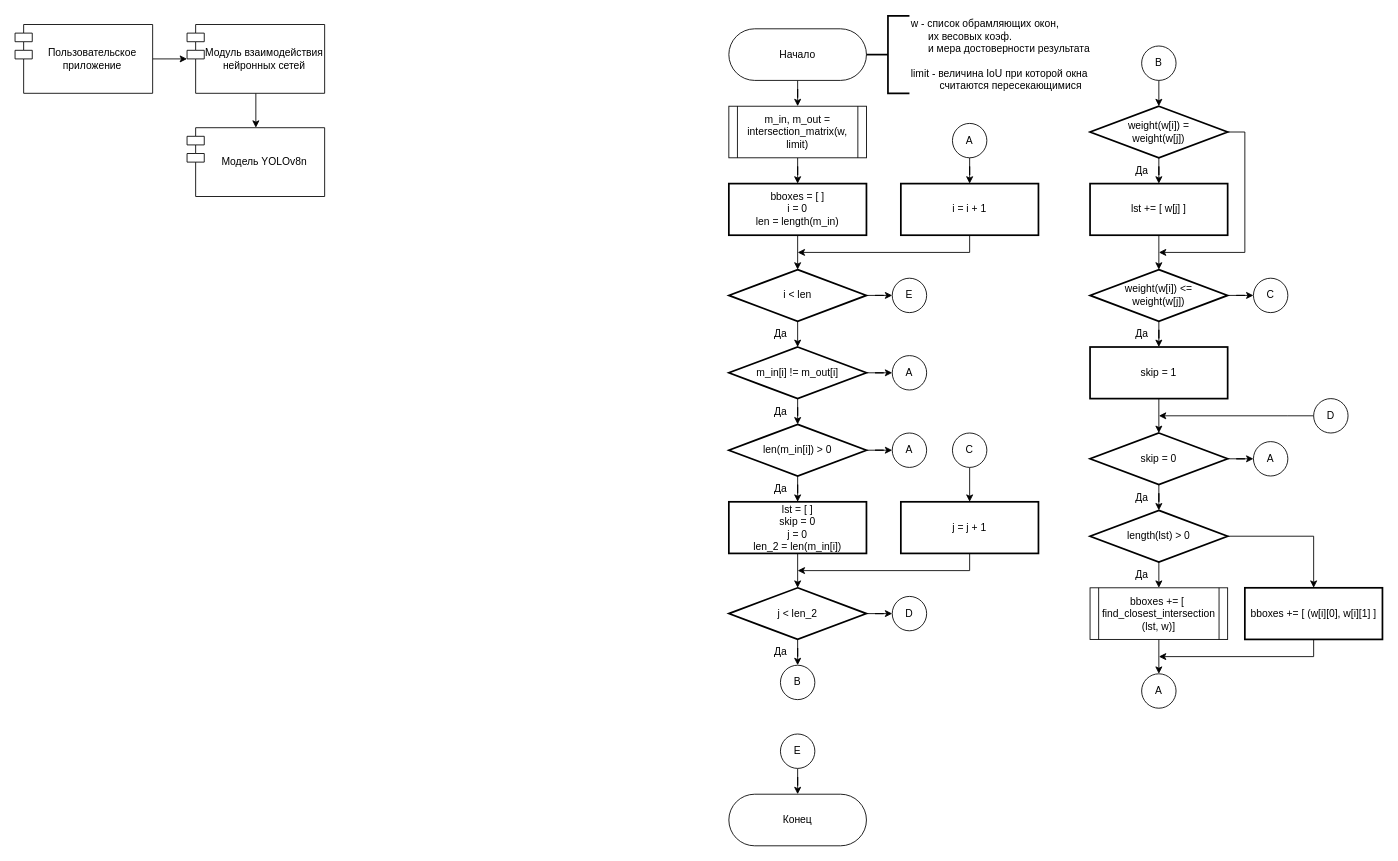
Earlier version of the draw.io diagram page "software" (16 of 20) of docs/drawio/research-schemas.drawio (migregal/bmstu-iu7-thesis). Source tidied: cells renumbered, new cells numbered last; positions are measured from the earlier drawing's top-left corner, leaving out a move shared by most shapes. Both pictures are drawn from the tidied source at 86%, with x=0, y=0 at pixel (15, 15).
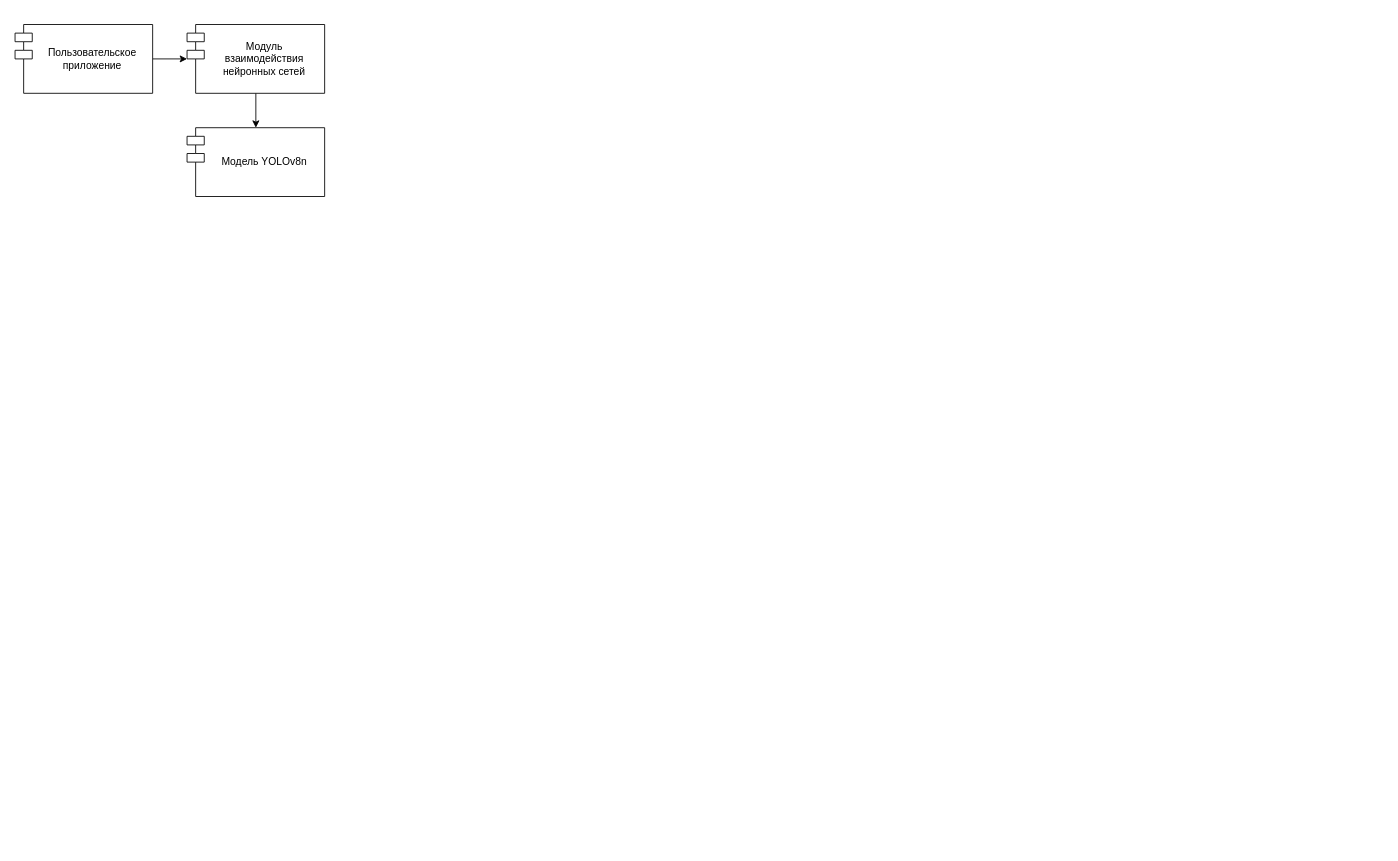
Above is the later version.

Change to the diagram source:
```diff
@@
-    <mxCell id="5" value="Модуль взаимодействия нейронных сетей" style="shape=module;align=center;spacingLeft=20;align=center;verticalAlign=middle;whiteSpace=wrap;html=1;labelPosition=center;verticalLabelPosition=middle;fontSize=12;" parent="1" vertex="1">
+    <mxCell id="5" value="Модуль&lt;br&gt;взаимодействия нейронных сетей" style="shape=module;align=center;spacingLeft=20;align=center;verticalAlign=middle;whiteSpace=wrap;html=1;labelPosition=center;verticalLabelPosition=middle;fontSize=12;" parent="1" vertex="1">
       <mxGeometry x="200" y="10" width="160" height="80" as="geometry" />
     </mxCell>
@@
-    <mxCell id="7" style="edgeStyle=orthogonalEdgeStyle;rounded=0;jettySize=auto;html=1;entryX=0.5;entryY=0;entryDx=0;entryDy=0;" parent="1" edge="1" source="8" target="10">
-      <mxGeometry relative="1" as="geometry" />
-    </mxCell>
-    <mxCell id="8" value="Начало" style="rounded=1;whiteSpace=wrap;html=1;arcSize=50;" parent="1" vertex="1">
-      <mxGeometry x="830" y="15" width="160" height="60" as="geometry" />
-    </mxCell>
-    <mxCell id="9" style="edgeStyle=orthogonalEdgeStyle;rounded=0;jettySize=auto;html=1;entryX=0.5;entryY=0;entryDx=0;entryDy=0;" parent="1" edge="1" source="10" target="12">
-      <mxGeometry relative="1" as="geometry" />
-    </mxCell>
-    <mxCell id="10" value="m_in, m_out = intersection_matrix(w, limit)" style="shape=process;whiteSpace=wrap;html=1;backgroundOutline=1;size=0.0625;" parent="1" vertex="1">
-      <mxGeometry x="830" y="105" width="160" height="60" as="geometry" />
-    </mxCell>
-    <mxCell id="11" style="edgeStyle=orthogonalEdgeStyle;rounded=0;jettySize=auto;html=1;entryX=0.5;entryY=0;entryDx=0;entryDy=0;entryPerimeter=0;" parent="1" edge="1" source="12" target="24">
-      <mxGeometry relative="1" as="geometry" />
-    </mxCell>
-    <mxCell id="12" value="bboxes = [ ]&lt;br&gt;i = 0&lt;br&gt;len = length(m_in)" style="rounded=0;whiteSpace=wrap;html=1;strokeColor=default;strokeWidth=2;fontFamily=Helvetica;fontSize=12;fontColor=default;fillColor=default;" parent="1" vertex="1">
-      <mxGeometry x="830" y="195" width="160" height="60" as="geometry" />
-    </mxCell>
-    <mxCell id="13" style="edgeStyle=orthogonalEdgeStyle;rounded=0;jettySize=auto;html=1;entryX=0.5;entryY=0;entryDx=0;entryDy=0;entryPerimeter=0;exitX=0.5;exitY=1;exitDx=0;exitDy=0;exitPerimeter=0;" parent="1" edge="1" source="24" target="16">
-      <mxGeometry relative="1" as="geometry" />
-    </mxCell>
-    <mxCell id="14" style="edgeStyle=orthogonalEdgeStyle;rounded=0;jettySize=auto;html=1;entryX=0.5;entryY=0;entryDx=0;entryDy=0;entryPerimeter=0;" parent="1" edge="1" source="16" target="19">
-      <mxGeometry relative="1" as="geometry" />
-    </mxCell>
-    <mxCell id="15" style="edgeStyle=orthogonalEdgeStyle;rounded=0;jettySize=auto;html=1;entryX=0;entryY=0.5;entryDx=0;entryDy=0;" parent="1" edge="1" source="16" target="28">
-      <mxGeometry relative="1" as="geometry" />
-    </mxCell>
-    <mxCell id="16" value="m_in[i] != m_out[i]" style="strokeWidth=2;html=1;shape=mxgraph.flowchart.decision;whiteSpace=wrap;strokeColor=default;fontFamily=Helvetica;fontSize=12;fontColor=default;fillColor=default;" parent="1" vertex="1">
-      <mxGeometry x="830" y="385" width="160" height="60" as="geometry" />
-    </mxCell>
-    <mxCell id="17" style="edgeStyle=orthogonalEdgeStyle;rounded=0;jettySize=auto;html=1;entryX=0.5;entryY=0;entryDx=0;entryDy=0;" parent="1" edge="1" source="19" target="22">
-      <mxGeometry relative="1" as="geometry" />
-    </mxCell>
-    <mxCell id="18" style="edgeStyle=orthogonalEdgeStyle;rounded=0;jettySize=auto;html=1;entryX=0;entryY=0.5;entryDx=0;entryDy=0;" parent="1" edge="1" source="19" target="29">
-      <mxGeometry relative="1" as="geometry" />
-    </mxCell>
-    <mxCell id="19" value="len(m_in[i]) &amp;gt; 0" style="strokeWidth=2;html=1;shape=mxgraph.flowchart.decision;whiteSpace=wrap;strokeColor=default;fontFamily=Helvetica;fontSize=12;fontColor=default;fillColor=default;" parent="1" vertex="1">
-      <mxGeometry x="830" y="475" width="160" height="60" as="geometry" />
-    </mxCell>
-    <mxCell id="20" value="Да" style="text;html=1;align=center;verticalAlign=middle;strokeColor=none;fillColor=none;fontSize=12;fontFamily=Helvetica;fontColor=default;" parent="1" vertex="1">
-      <mxGeometry x="870" y="355" width="40" height="30" as="geometry" />
-    </mxCell>
-    <mxCell id="21" value="Да" style="text;html=1;align=center;verticalAlign=middle;strokeColor=none;fillColor=none;fontSize=12;fontFamily=Helvetica;fontColor=default;" parent="1" vertex="1">
-      <mxGeometry x="870" y="445" width="40" height="30" as="geometry" />
-    </mxCell>
-    <mxCell id="22" value="lst = [ ]&lt;br&gt;skip = 0&lt;br&gt;j = 0&lt;br&gt;len_2 = len(m_in[i])" style="rounded=0;whiteSpace=wrap;html=1;strokeColor=default;strokeWidth=2;fontFamily=Helvetica;fontSize=12;fontColor=default;fillColor=default;" parent="1" vertex="1">
-      <mxGeometry x="830" y="565" width="160" height="60" as="geometry" />
-    </mxCell>
-    <mxCell id="23" style="edgeStyle=orthogonalEdgeStyle;rounded=0;jettySize=auto;html=1;entryX=0;entryY=0.5;entryDx=0;entryDy=0;" parent="1" edge="1" source="24" target="77">
-      <mxGeometry relative="1" as="geometry" />
-    </mxCell>
-    <mxCell id="24" value="i &amp;lt; len" style="strokeWidth=2;html=1;shape=mxgraph.flowchart.decision;whiteSpace=wrap;strokeColor=default;fontFamily=Helvetica;fontSize=12;fontColor=default;fillColor=default;" parent="1" vertex="1">
-      <mxGeometry x="830" y="295" width="160" height="60" as="geometry" />
-    </mxCell>
-    <mxCell id="25" value="Да" style="text;html=1;align=center;verticalAlign=middle;strokeColor=none;fillColor=none;fontSize=12;fontFamily=Helvetica;fontColor=default;" parent="1" vertex="1">
-      <mxGeometry x="870" y="535" width="40" height="30" as="geometry" />
-    </mxCell>
-    <mxCell id="26" style="edgeStyle=orthogonalEdgeStyle;rounded=0;jettySize=auto;html=1;entryX=0.5;entryY=0;entryDx=0;entryDy=0;" parent="1" edge="1" source="27" target="31">
-      <mxGeometry relative="1" as="geometry" />
-    </mxCell>
-    <mxCell id="27" value="A" style="ellipse;whiteSpace=wrap;html=1;" parent="1" vertex="1">
-      <mxGeometry x="1090" y="125" width="40" height="40" as="geometry" />
-    </mxCell>
-    <mxCell id="28" value="A" style="ellipse;whiteSpace=wrap;html=1;" parent="1" vertex="1">
-      <mxGeometry x="1020" y="395" width="40" height="40" as="geometry" />
-    </mxCell>
-    <mxCell id="29" value="A" style="ellipse;whiteSpace=wrap;html=1;" parent="1" vertex="1">
-      <mxGeometry x="1020" y="485" width="40" height="40" as="geometry" />
-    </mxCell>
-    <mxCell id="30" style="edgeStyle=orthogonalEdgeStyle;rounded=0;jettySize=auto;html=1;" parent="1" edge="1" source="31">
-      <mxGeometry relative="1" as="geometry">
-        <mxPoint x="910" y="275" as="targetPoint" />
-        <Array as="points">
-          <mxPoint x="1110" y="275" />
-        </Array>
-      </mxGeometry>
-    </mxCell>
-    <mxCell id="31" value="i = i + 1" style="rounded=0;whiteSpace=wrap;html=1;strokeColor=default;strokeWidth=2;fontFamily=Helvetica;fontSize=12;fontColor=default;fillColor=default;" parent="1" vertex="1">
-      <mxGeometry x="1030" y="195" width="160" height="60" as="geometry" />
-    </mxCell>
-    <mxCell id="32" style="edgeStyle=orthogonalEdgeStyle;rounded=0;jettySize=auto;html=1;entryX=0.5;entryY=0;entryDx=0;entryDy=0;entryPerimeter=0;exitX=0.5;exitY=1;exitDx=0;exitDy=0;" parent="1" edge="1" source="34" target="37">
-      <mxGeometry relative="1" as="geometry" />
-    </mxCell>
-    <mxCell id="33" value="B" style="ellipse;whiteSpace=wrap;html=1;" parent="1" vertex="1">
-      <mxGeometry x="890" y="755" width="40" height="40" as="geometry" />
-    </mxCell>
-    <mxCell id="34" value="B" style="ellipse;whiteSpace=wrap;html=1;" parent="1" vertex="1">
-      <mxGeometry x="1310" y="35" width="40" height="40" as="geometry" />
-    </mxCell>
-    <mxCell id="35" style="edgeStyle=orthogonalEdgeStyle;rounded=0;jettySize=auto;html=1;entryX=0.5;entryY=0;entryDx=0;entryDy=0;" parent="1" edge="1" source="37" target="42">
-      <mxGeometry relative="1" as="geometry" />
-    </mxCell>
-    <mxCell id="36" style="edgeStyle=orthogonalEdgeStyle;rounded=0;jettySize=auto;html=1;exitX=1;exitY=0.5;exitDx=0;exitDy=0;exitPerimeter=0;" parent="1" edge="1" source="37">
-      <mxGeometry relative="1" as="geometry">
-        <mxPoint x="1330" y="275" as="targetPoint" />
-        <Array as="points">
-          <mxPoint x="1430" y="135" />
-          <mxPoint x="1430" y="275" />
-        </Array>
-      </mxGeometry>
-    </mxCell>
-    <mxCell id="37" value="weight(w[i]) =&lt;br&gt;weight(w[j])" style="strokeWidth=2;html=1;shape=mxgraph.flowchart.decision;whiteSpace=wrap;strokeColor=default;fontFamily=Helvetica;fontSize=12;fontColor=default;fillColor=default;" parent="1" vertex="1">
-      <mxGeometry x="1250" y="105" width="160" height="60" as="geometry" />
-    </mxCell>
-    <mxCell id="38" style="edgeStyle=orthogonalEdgeStyle;rounded=0;jettySize=auto;html=1;entryX=0.5;entryY=0;entryDx=0;entryDy=0;" parent="1" edge="1" source="40" target="45">
-      <mxGeometry relative="1" as="geometry" />
-    </mxCell>
-    <mxCell id="39" style="edgeStyle=orthogonalEdgeStyle;rounded=0;jettySize=auto;html=1;entryX=0;entryY=0.5;entryDx=0;entryDy=0;" parent="1" edge="1" source="40" target="46">
-      <mxGeometry relative="1" as="geometry" />
-    </mxCell>
-    <mxCell id="40" value="weight(w[i]) &amp;lt;=&lt;br&gt;weight(w[j])" style="strokeWidth=2;html=1;shape=mxgraph.flowchart.decision;whiteSpace=wrap;strokeColor=default;fontFamily=Helvetica;fontSize=12;fontColor=default;fillColor=default;" parent="1" vertex="1">
-      <mxGeometry x="1250" y="295" width="160" height="60" as="geometry" />
-    </mxCell>
-    <mxCell id="41" style="edgeStyle=orthogonalEdgeStyle;rounded=0;jettySize=auto;html=1;entryX=0.5;entryY=0;entryDx=0;entryDy=0;entryPerimeter=0;" parent="1" edge="1" source="42" target="40">
-      <mxGeometry relative="1" as="geometry" />
-    </mxCell>
-    <mxCell id="42" value="lst += [ w[j] ]" style="rounded=0;whiteSpace=wrap;html=1;strokeColor=default;strokeWidth=2;fontFamily=Helvetica;fontSize=12;fontColor=default;fillColor=default;" parent="1" vertex="1">
-      <mxGeometry x="1250" y="195" width="160" height="60" as="geometry" />
-    </mxCell>
-    <mxCell id="43" value="Да" style="text;html=1;align=center;verticalAlign=middle;strokeColor=none;fillColor=none;fontSize=12;fontFamily=Helvetica;fontColor=default;" parent="1" vertex="1">
-      <mxGeometry x="1290" y="165" width="40" height="30" as="geometry" />
-    </mxCell>
-    <mxCell id="44" style="edgeStyle=orthogonalEdgeStyle;rounded=0;jettySize=auto;html=1;entryX=0.5;entryY=0;entryDx=0;entryDy=0;entryPerimeter=0;" parent="1" edge="1" source="45" target="59">
-      <mxGeometry relative="1" as="geometry" />
-    </mxCell>
-    <mxCell id="45" value="skip = 1" style="rounded=0;whiteSpace=wrap;html=1;strokeColor=default;strokeWidth=2;fontFamily=Helvetica;fontSize=12;fontColor=default;fillColor=default;" parent="1" vertex="1">
-      <mxGeometry x="1250" y="385" width="160" height="60" as="geometry" />
-    </mxCell>
-    <mxCell id="46" value="C" style="ellipse;whiteSpace=wrap;html=1;" parent="1" vertex="1">
-      <mxGeometry x="1440" y="305" width="40" height="40" as="geometry" />
-    </mxCell>
-    <mxCell id="47" value="Да" style="text;html=1;align=center;verticalAlign=middle;strokeColor=none;fillColor=none;fontSize=12;fontFamily=Helvetica;fontColor=default;" parent="1" vertex="1">
-      <mxGeometry x="1290" y="355" width="40" height="30" as="geometry" />
-    </mxCell>
-    <mxCell id="48" style="edgeStyle=orthogonalEdgeStyle;rounded=0;jettySize=auto;html=1;entryX=0.5;entryY=0;entryDx=0;entryDy=0;" parent="1" edge="1" source="50" target="33">
-      <mxGeometry relative="1" as="geometry" />
-    </mxCell>
-    <mxCell id="49" style="edgeStyle=orthogonalEdgeStyle;rounded=0;jettySize=auto;html=1;entryX=0;entryY=0.5;entryDx=0;entryDy=0;" parent="1" edge="1" source="50" target="62">
-      <mxGeometry relative="1" as="geometry" />
-    </mxCell>
-    <mxCell id="50" value="j &amp;lt; len_2" style="strokeWidth=2;html=1;shape=mxgraph.flowchart.decision;whiteSpace=wrap;strokeColor=default;fontFamily=Helvetica;fontSize=12;fontColor=default;fillColor=default;" parent="1" vertex="1">
-      <mxGeometry x="830" y="665" width="160" height="60" as="geometry" />
-    </mxCell>
-    <mxCell id="51" style="edgeStyle=orthogonalEdgeStyle;rounded=0;jettySize=auto;html=1;entryX=0.5;entryY=0;entryDx=0;entryDy=0;entryPerimeter=0;exitX=0.5;exitY=1;exitDx=0;exitDy=0;" parent="1" edge="1" source="22" target="50">
-      <mxGeometry relative="1" as="geometry" />
-    </mxCell>
-    <mxCell id="52" style="edgeStyle=orthogonalEdgeStyle;rounded=0;jettySize=auto;html=1;entryX=0.5;entryY=0;entryDx=0;entryDy=0;" parent="1" edge="1" source="53" target="56">
-      <mxGeometry relative="1" as="geometry" />
-    </mxCell>
-    <mxCell id="53" value="C" style="ellipse;whiteSpace=wrap;html=1;" parent="1" vertex="1">
-      <mxGeometry x="1090" y="485" width="40" height="40" as="geometry" />
-    </mxCell>
-    <mxCell id="54" value="Да" style="text;html=1;align=center;verticalAlign=middle;strokeColor=none;fillColor=none;fontSize=12;fontFamily=Helvetica;fontColor=default;" parent="1" vertex="1">
-      <mxGeometry x="870" y="725" width="40" height="30" as="geometry" />
-    </mxCell>
-    <mxCell id="55" style="edgeStyle=orthogonalEdgeStyle;rounded=0;jettySize=auto;html=1;" parent="1" edge="1" source="56">
-      <mxGeometry relative="1" as="geometry">
-        <mxPoint x="910" y="645" as="targetPoint" />
-        <Array as="points">
-          <mxPoint x="1110" y="645" />
-        </Array>
-      </mxGeometry>
-    </mxCell>
-    <mxCell id="56" value="j = j + 1" style="rounded=0;whiteSpace=wrap;html=1;strokeColor=default;strokeWidth=2;fontFamily=Helvetica;fontSize=12;fontColor=default;fillColor=default;" parent="1" vertex="1">
-      <mxGeometry x="1030" y="565" width="160" height="60" as="geometry" />
-    </mxCell>
-    <mxCell id="57" style="edgeStyle=orthogonalEdgeStyle;rounded=0;jettySize=auto;html=1;entryX=0;entryY=0.5;entryDx=0;entryDy=0;" parent="1" edge="1" source="59" target="63">
-      <mxGeometry relative="1" as="geometry" />
-    </mxCell>
-    <mxCell id="58" style="edgeStyle=orthogonalEdgeStyle;rounded=0;jettySize=auto;html=1;entryX=0.5;entryY=0;entryDx=0;entryDy=0;entryPerimeter=0;" parent="1" edge="1" source="59" target="66">
-      <mxGeometry relative="1" as="geometry" />
-    </mxCell>
-    <mxCell id="59" value="skip = 0" style="strokeWidth=2;html=1;shape=mxgraph.flowchart.decision;whiteSpace=wrap;strokeColor=default;fontFamily=Helvetica;fontSize=12;fontColor=default;fillColor=default;" parent="1" vertex="1">
-      <mxGeometry x="1250" y="485" width="160" height="60" as="geometry" />
-    </mxCell>
-    <mxCell id="60" style="edgeStyle=orthogonalEdgeStyle;rounded=0;jettySize=auto;html=1;" parent="1" edge="1" source="61">
-      <mxGeometry relative="1" as="geometry">
-        <mxPoint x="1330" y="465" as="targetPoint" />
-        <Array as="points">
-          <mxPoint x="1480" y="465" />
-        </Array>
-      </mxGeometry>
-    </mxCell>
-    <mxCell id="61" value="D" style="ellipse;whiteSpace=wrap;html=1;" parent="1" vertex="1">
-      <mxGeometry x="1510" y="445" width="40" height="40" as="geometry" />
-    </mxCell>
-    <mxCell id="62" value="D" style="ellipse;whiteSpace=wrap;html=1;" parent="1" vertex="1">
-      <mxGeometry x="1020" y="675" width="40" height="40" as="geometry" />
-    </mxCell>
-    <mxCell id="63" value="A" style="ellipse;whiteSpace=wrap;html=1;" parent="1" vertex="1">
-      <mxGeometry x="1440" y="495" width="40" height="40" as="geometry" />
-    </mxCell>
-    <mxCell id="64" style="edgeStyle=orthogonalEdgeStyle;rounded=0;jettySize=auto;html=1;entryX=0.5;entryY=0;entryDx=0;entryDy=0;" parent="1" edge="1" source="66" target="68">
-      <mxGeometry relative="1" as="geometry">
-        <Array as="points">
-          <mxPoint x="1510" y="605" />
-        </Array>
-      </mxGeometry>
-    </mxCell>
-    <mxCell id="65" style="edgeStyle=orthogonalEdgeStyle;rounded=0;jettySize=auto;html=1;exitX=0.5;exitY=1;exitDx=0;exitDy=0;exitPerimeter=0;entryX=0.5;entryY=0;entryDx=0;entryDy=0;" parent="1" edge="1" source="66" target="73">
-      <mxGeometry relative="1" as="geometry" />
-    </mxCell>
-    <mxCell id="66" value="length(lst) &amp;gt; 0" style="strokeWidth=2;html=1;shape=mxgraph.flowchart.decision;whiteSpace=wrap;strokeColor=default;fontFamily=Helvetica;fontSize=12;fontColor=default;fillColor=default;" parent="1" vertex="1">
-      <mxGeometry x="1250" y="575" width="160" height="60" as="geometry" />
-    </mxCell>
-    <mxCell id="67" style="edgeStyle=orthogonalEdgeStyle;rounded=0;jettySize=auto;html=1;" parent="1" edge="1" source="68">
-      <mxGeometry relative="1" as="geometry">
-        <mxPoint x="1330" y="745" as="targetPoint" />
-        <Array as="points">
-          <mxPoint x="1510" y="745" />
-          <mxPoint x="1330" y="745" />
-        </Array>
-      </mxGeometry>
-    </mxCell>
-    <mxCell id="68" value="bboxes += [ (w[i][0], w[i][1] ]" style="rounded=0;whiteSpace=wrap;html=1;strokeColor=default;strokeWidth=2;fontFamily=Helvetica;fontSize=12;fontColor=default;fillColor=default;" parent="1" vertex="1">
-      <mxGeometry x="1430" y="665" width="160" height="60" as="geometry" />
-    </mxCell>
-    <mxCell id="69" value="A" style="ellipse;whiteSpace=wrap;html=1;" parent="1" vertex="1">
-      <mxGeometry x="1310" y="765" width="40" height="40" as="geometry" />
-    </mxCell>
-    <mxCell id="70" value="Да" style="text;html=1;align=center;verticalAlign=middle;strokeColor=none;fillColor=none;fontSize=12;fontFamily=Helvetica;fontColor=default;" parent="1" vertex="1">
-      <mxGeometry x="1290" y="635" width="40" height="30" as="geometry" />
-    </mxCell>
-    <mxCell id="71" value="Да" style="text;html=1;align=center;verticalAlign=middle;strokeColor=none;fillColor=none;fontSize=12;fontFamily=Helvetica;fontColor=default;" parent="1" vertex="1">
-      <mxGeometry x="1290" y="545" width="40" height="30" as="geometry" />
-    </mxCell>
-    <mxCell id="72" style="edgeStyle=orthogonalEdgeStyle;rounded=0;jettySize=auto;html=1;entryX=0.5;entryY=0;entryDx=0;entryDy=0;" parent="1" edge="1" source="73" target="69">
-      <mxGeometry relative="1" as="geometry" />
-    </mxCell>
-    <mxCell id="73" value="bboxes += [&amp;nbsp;&lt;br&gt;find_closest_intersection (lst, w)]" style="shape=process;whiteSpace=wrap;html=1;backgroundOutline=1;size=0.0625;" parent="1" vertex="1">
-      <mxGeometry x="1250" y="665" width="160" height="60" as="geometry" />
-    </mxCell>
-    <mxCell id="74" style="edgeStyle=orthogonalEdgeStyle;rounded=0;jettySize=auto;html=1;entryX=0.5;entryY=0;entryDx=0;entryDy=0;" parent="1" edge="1" source="75" target="76">
-      <mxGeometry relative="1" as="geometry" />
-    </mxCell>
-    <mxCell id="75" value="E" style="ellipse;whiteSpace=wrap;html=1;" parent="1" vertex="1">
-      <mxGeometry x="890" y="835" width="40" height="40" as="geometry" />
-    </mxCell>
-    <mxCell id="76" value="Конец" style="rounded=1;whiteSpace=wrap;html=1;arcSize=50;" parent="1" vertex="1">
-      <mxGeometry x="830" y="905" width="160" height="60" as="geometry" />
-    </mxCell>
-    <mxCell id="77" value="E" style="ellipse;whiteSpace=wrap;html=1;" parent="1" vertex="1">
-      <mxGeometry x="1020" y="305" width="40" height="40" as="geometry" />
-    </mxCell>
-    <mxCell id="78" value="w - список обрамляющих окон, &lt;br&gt;&amp;nbsp; &amp;nbsp; &amp;nbsp; их весовых коэф. &lt;br&gt;&amp;nbsp; &amp;nbsp; &amp;nbsp; и мера достоверности результата&lt;br&gt;&lt;br&gt;limit - величина IoU при которой окна&lt;br&gt;&amp;nbsp; &amp;nbsp; &amp;nbsp; &amp;nbsp; &amp;nbsp; считаются пересекающимися" style="strokeWidth=2;html=1;shape=mxgraph.flowchart.annotation_2;align=left;labelPosition=right;" parent="1" vertex="1">
-      <mxGeometry x="990" width="50" height="90" as="geometry" />
-    </mxCell>
```
